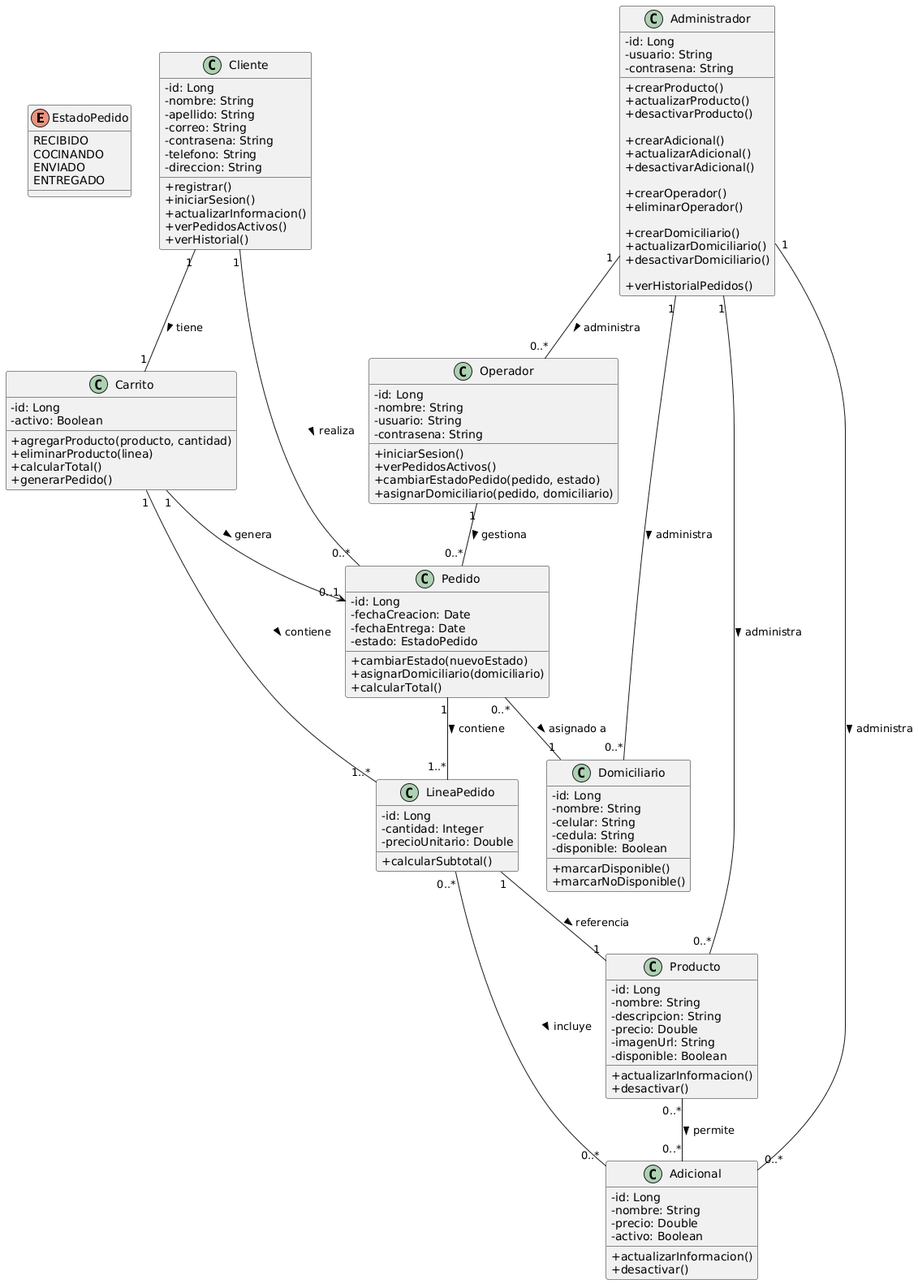
Earlier version of the PlantUML export Diagrama de clases.png (Macxsx/LaVueltaRapida). Source of this version:
```plantuml
@startuml
skinparam classAttributeIconSize 0


enum EstadoPedido {
  RECIBIDO
  COCINANDO
  ENVIADO
  ENTREGADO
}


class Cliente {
  - id: Long
  - nombre: String
  - apellido: String
  - correo: String
  - contrasena: String
  - telefono: String
  - direccion: String

  + registrar()
  + iniciarSesion()
  + actualizarInformacion()
  + verPedidosActivos()
  + verHistorial()
}


class Carrito {
  - id: Long
  - activo: Boolean

  + agregarProducto(producto, cantidad)
  + eliminarProducto(linea)
  + calcularTotal()
  + generarPedido()
}


class Pedido {
  - id: Long
  - fechaCreacion: Date
  - fechaEntrega: Date
  - estado: EstadoPedido

  + cambiarEstado(nuevoEstado)
  + asignarDomiciliario(domiciliario)
  + calcularTotal()
}


class LineaPedido {
  - id: Long
  - cantidad: Integer
  - precioUnitario: Double

  + calcularSubtotal()
}


class Producto {
  - id: Long
  - nombre: String
  - descripcion: String
  - precio: Double
  - imagenUrl: String
  - disponible: Boolean

  + actualizarInformacion()
  + desactivar()
}

class Adicional {
  - id: Long
  - nombre: String
  - precio: Double
  - activo: Boolean

  + actualizarInformacion()
  + desactivar()
}


class Operador {
  - id: Long
  - nombre: String
  - usuario: String
  - contrasena: String

  + iniciarSesion()
  + verPedidosActivos()
  + cambiarEstadoPedido(pedido, estado)
  + asignarDomiciliario(pedido, domiciliario)
}


class Domiciliario {
  - id: Long
  - nombre: String
  - celular: String
  - cedula: String
  - disponible: Boolean

  + marcarDisponible()
  + marcarNoDisponible()
}


class Administrador {
  - id: Long
  - usuario: String
  - contrasena: String

  + crearProducto()
  + actualizarProducto()
  + desactivarProducto()

  + crearAdicional()
  + actualizarAdicional()
  + desactivarAdicional()

  + crearOperador()
  + eliminarOperador()

  + crearDomiciliario()
  + actualizarDomiciliario()
  + desactivarDomiciliario()

  + verHistorialPedidos()
}


Cliente "1" -- "1" Carrito : tiene >
Cliente "1" -- "0..*" Pedido : realiza >

Carrito "1" -- "1..*" LineaPedido : contiene >
Pedido "1" -- "1..*" LineaPedido : contiene >

LineaPedido "1" -- "1" Producto : referencia >
LineaPedido "0..*" -- "0..*" Adicional : incluye >

Carrito "1" --> "0..1" Pedido : genera >

Pedido "0..*" -- "1" Domiciliario : asignado a >

Producto "0..*" -- "0..*" Adicional : permite >

Operador "1" -- "0..*" Pedido : gestiona >
Administrador "1" -- "0..*" Producto : administra >
Administrador "1" -- "0..*" Adicional : administra >
Administrador "1" -- "0..*" Operador : administra >
Administrador "1" -- "0..*" Domiciliario : administra >
@enduml
```
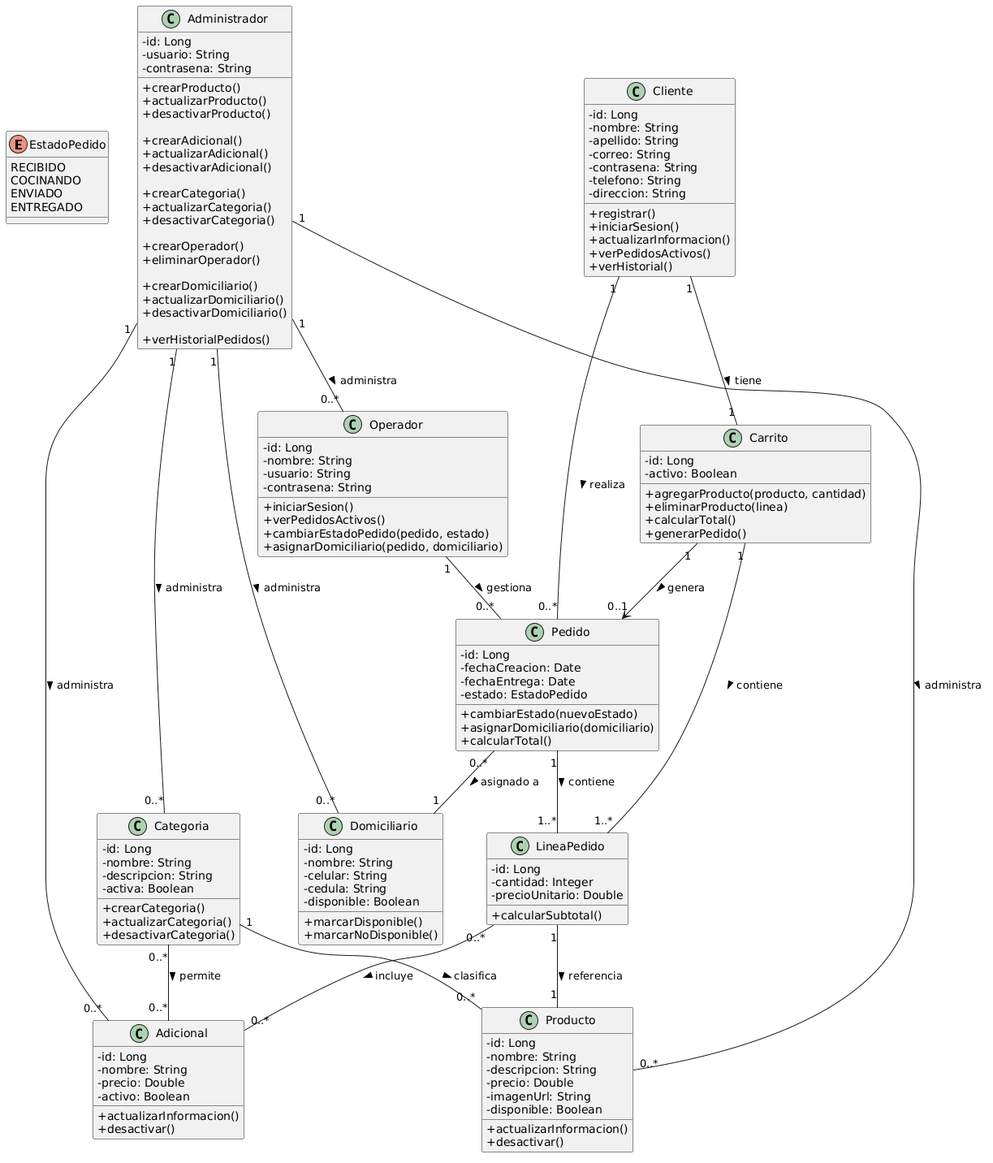
The same file after the commit.

Commit message:
Diagrama de clases

Change to the diagram source:
```diff
@@ -1,6 +1,5 @@
 @startuml
 skinparam classAttributeIconSize 0
-
 
 enum EstadoPedido {
   RECIBIDO
@@ -8,7 +7,6 @@
   ENVIADO
   ENTREGADO
 }
-
 
 class Cliente {
   - id: Long
@@ -26,7 +24,6 @@
   + verHistorial()
 }
 
-
 class Carrito {
   - id: Long
   - activo: Boolean
@@ -36,7 +33,6 @@
   + calcularTotal()
   + generarPedido()
 }
-
 
 class Pedido {
   - id: Long
@@ -49,7 +45,6 @@
   + calcularTotal()
 }
 
-
 class LineaPedido {
   - id: Long
   - cantidad: Integer
@@ -58,6 +53,16 @@
   + calcularSubtotal()
 }
 
+class Categoria {
+  - id: Long
+  - nombre: String
+  - descripcion: String
+  - activa: Boolean
+
+  + crearCategoria()
+  + actualizarCategoria()
+  + desactivarCategoria()
+}
 
 class Producto {
   - id: Long
@@ -81,7 +86,6 @@
   + desactivar()
 }
 
-
 class Operador {
   - id: Long
   - nombre: String
@@ -94,7 +98,6 @@
   + asignarDomiciliario(pedido, domiciliario)
 }
 
-
 class Domiciliario {
   - id: Long
   - nombre: String
@@ -105,7 +108,6 @@
   + marcarDisponible()
   + marcarNoDisponible()
 }
-
 
 class Administrador {
   - id: Long
@@ -119,6 +121,10 @@
   + crearAdicional()
   + actualizarAdicional()
   + desactivarAdicional()
+
+  + crearCategoria()
+  + actualizarCategoria()
+  + desactivarCategoria()
 
   + crearOperador()
   + eliminarOperador()
@@ -144,11 +150,13 @@
 
 Pedido "0..*" -- "1" Domiciliario : asignado a >
 
-Producto "0..*" -- "0..*" Adicional : permite >
+Categoria "1" -- "0..*" Producto : clasifica >
+Categoria "0..*" -- "0..*" Adicional : permite >
 
 Operador "1" -- "0..*" Pedido : gestiona >
 Administrador "1" -- "0..*" Producto : administra >
 Administrador "1" -- "0..*" Adicional : administra >
+Administrador "1" -- "0..*" Categoria : administra >
 Administrador "1" -- "0..*" Operador : administra >
 Administrador "1" -- "0..*" Domiciliario : administra >
 @enduml
```
